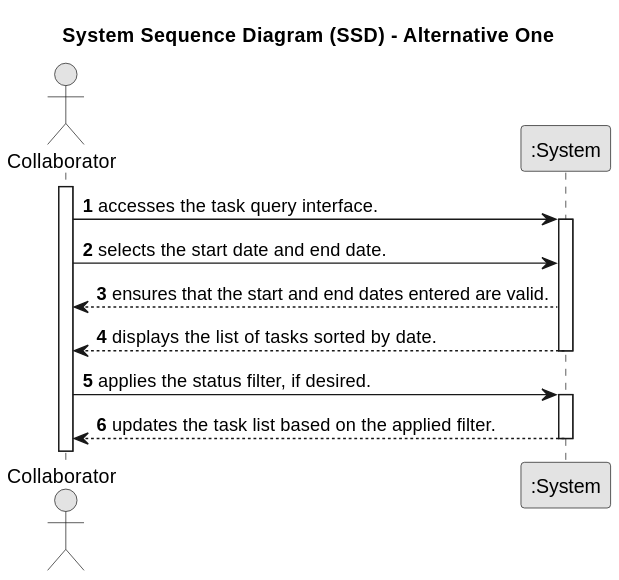
Above: docs/sprintA&B&C/us028/01.requirements-engineering/svg/us028-system-sequence-diagram-alternative-one.svg in daniel41silva05/ISEP_2023_2024_LAPR2 (PlantUML), before the change.
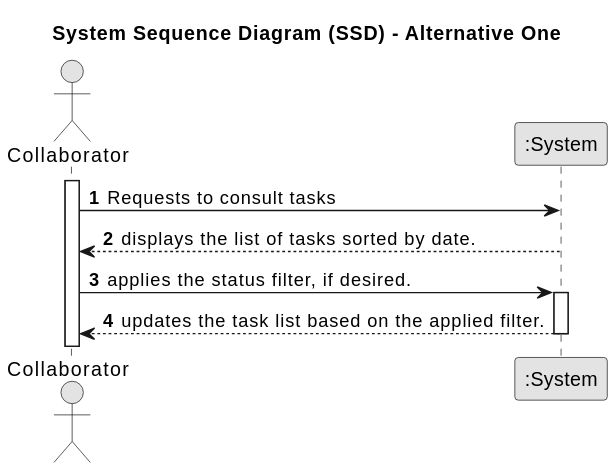
The same file after the commit.

Diff of the diagram source:
```diff
@@ -1,31 +1,29 @@
 @startuml
-skinparam monochrome true
-skinparam packageStyle rectangle
-skinparam shadowing false
+    skinparam monochrome true
+    skinparam packageStyle rectangle
+    skinparam shadowing false
 
-title System Sequence Diagram (SSD) - Alternative One
+    title System Sequence Diagram (SSD) - Alternative One
 
-autonumber
+    autonumber
 
-actor "Collaborator"
-participant ":System" as System
+    actor "Collaborator"
+    participant ":System" as System
 
-activate "Collaborator"
-
-    "Collaborator" -> System : accesses the task query interface.
-    activate System
-
-    "Collaborator" -> System : selects the start date and end date.
-
-        System --> "Collaborator" : ensures that the start and end dates entered are valid.
+    activate "Collaborator"
 
 
-        System --> "Collaborator" : displays the list of tasks sorted by date.
-    deactivate System
+        "Collaborator" -> System : Requests to consult tasks
 
-    "Collaborator" -> System :  applies the status filter, if desired.
-    activate System
 
-        System --> "Collaborator" : updates the task list based on the applied filter.
-    deactivate System
-@enduml
+
+            System --> "Collaborator" : displays the list of tasks sorted by date.
+        deactivate System
+
+        "Collaborator" -> System :  applies the status filter, if desired.
+        activate System
+
+            System --> "Collaborator" : updates the task list based on the applied filter.
+        deactivate System
+
+    @enduml
```
